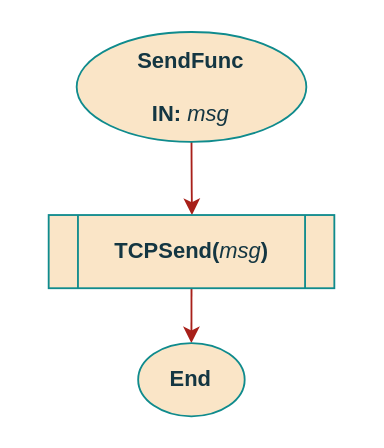
Above: page "SendFunc" (15 of 16) of documentation/flowcharts/RS/RS.drawio in ESRGgroup9/slipad (draw.io), before the change. Source tidied: cells renumbered, new cells numbered last; positions are measured from the earlier drawing's top-left corner, leaving out a move shared by most shapes. Both pictures are drawn from the tidied source at 183%, with x=0, y=0 at pixel (48, 31).
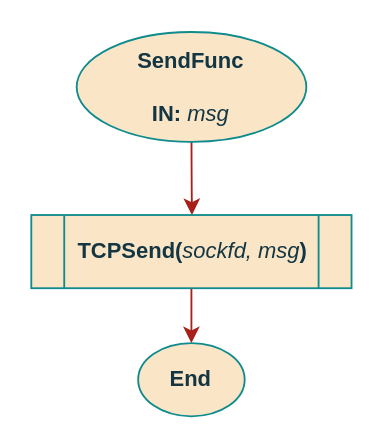
Above is the later version.

The edit, as a diff of the source:
```diff
@@
 <mxGraphModel>
   <root>
     <mxCell id="0" />
     <mxCell id="1" parent="0" />
-    <mxCell id="2" style="edgeStyle=orthogonalEdgeStyle;curved=0;rounded=1;sketch=0;jettySize=auto;html=1;exitX=0.5;exitY=1;exitDx=0;exitDy=0;entryX=0.5;entryY=0;entryDx=0;entryDy=0;fontColor=#143642;strokeColor=#A8201A;fillColor=#FAE5C7;" parent="1" edge="1" source="3">
-      <mxGeometry relative="1" as="geometry">
-        <mxPoint x="78.4" y="100" as="targetPoint" />
-      </mxGeometry>
-    </mxCell>
+    <mxCell id="7" style="edgeStyle=orthogonalEdgeStyle;curved=0;rounded=1;sketch=0;jettySize=auto;html=1;exitX=0.5;exitY=1;exitDx=0;exitDy=0;entryX=0.5;entryY=0;entryDx=0;entryDy=0;fontColor=#143642;strokeColor=#A8201A;fillColor=#FAE5C7;" parent="1" edge="1" source="3">
+      <mxGeometry relative="1" as="geometry">
+        <mxPoint x="78.4" y="100" as="targetPoint" />
+      </mxGeometry>
+    </mxCell>
     <mxCell id="3" value="&lt;div&gt;SendFunc&lt;/div&gt;&lt;div&gt;&lt;br&gt;&lt;/div&gt;&lt;div&gt;IN:&lt;i&gt; &lt;span style=&quot;font-weight: normal&quot;&gt;msg&lt;/span&gt;&lt;/i&gt;&lt;span style=&quot;font-weight: normal&quot;&gt;&lt;/span&gt;&lt;br&gt;&lt;/div&gt;" style="ellipse;whiteSpace=wrap;html=1;fillColor=#FAE5C7;strokeColor=#0F8B8D;fontColor=#143642;fontStyle=1;" parent="1" vertex="1">
       <mxGeometry x="15.4" width="125.5" height="60" as="geometry" />
     </mxCell>
-    <mxCell id="4" style="edgeStyle=orthogonalEdgeStyle;curved=0;rounded=1;sketch=0;jettySize=auto;html=1;fontColor=#143642;strokeColor=#A8201A;fillColor=#FAE5C7;entryX=0.5;entryY=0;entryDx=0;entryDy=0;exitX=0.5;exitY=1;exitDx=0;exitDy=0;" parent="1" edge="1" source="5" target="6">
-      <mxGeometry relative="1" as="geometry" />
-    </mxCell>
-    <mxCell id="5" value="&lt;b&gt;TCPSend(&lt;/b&gt;&lt;i&gt;msg&lt;/i&gt;&lt;b&gt;)&lt;/b&gt;" style="shape=process;whiteSpace=wrap;html=1;backgroundOutline=1;rounded=0;sketch=0;fontColor=#143642;strokeColor=#0F8B8D;fillColor=#FAE5C7;" parent="1" vertex="1">
-      <mxGeometry x="0.1" y="100" width="156.1" height="40" as="geometry" />
-    </mxCell>
+    <mxCell id="8" style="edgeStyle=orthogonalEdgeStyle;curved=0;rounded=1;sketch=0;jettySize=auto;html=1;fontColor=#143642;strokeColor=#A8201A;fillColor=#FAE5C7;entryX=0.5;entryY=0;entryDx=0;entryDy=0;exitX=0.5;exitY=1;exitDx=0;exitDy=0;" parent="1" edge="1" source="9" target="6">
+      <mxGeometry relative="1" as="geometry" />
+    </mxCell>
+    <mxCell id="9" value="&lt;b&gt;TCPSend(&lt;/b&gt;&lt;i&gt;sockfd, msg&lt;/i&gt;&lt;b&gt;)&lt;/b&gt;" style="shape=process;whiteSpace=wrap;html=1;backgroundOutline=1;rounded=0;sketch=0;fontColor=#143642;strokeColor=#0F8B8D;fillColor=#FAE5C7;" parent="1" vertex="1">
+      <mxGeometry x="-9.4" y="100" width="175" height="40" as="geometry" />
+    </mxCell>
     <mxCell id="6" value="End" style="ellipse;whiteSpace=wrap;html=1;fillColor=#FAE5C7;strokeColor=#0F8B8D;fontColor=#143642;fontStyle=1;" parent="1" vertex="1">
       <mxGeometry x="49" y="170" width="58.2" height="40" as="geometry" />
     </mxCell>
   </root>
 </mxGraphModel>
```
